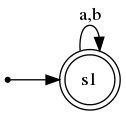
This is img/mindfa.gv.png from vrnch/RE2FA, a Graphviz export, as it was before one commit. Its source is kept beside it as img/mindfa.gv.
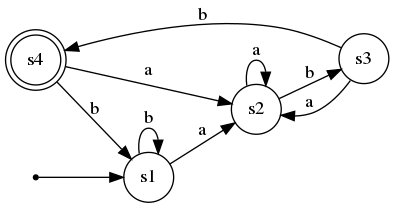
Above is the later version.

Diff of the diagram source:
```diff
@@ -1,9 +1,16 @@
 digraph minimal_deterministic_finite_automaton {
 	rankdir=LR
 	node [shape=doublecircle]
-	s1
+	s4
 	node [shape=circle]
-	s1 -> s1 [label="a,b"]
+	s1 -> s1 [label=b]
+	s1 -> s2 [label=a]
+	s2 -> s3 [label=b]
+	s2 -> s2 [label=a]
+	s3 -> s4 [label=b]
+	s3 -> s2 [label=a]
+	s4 -> s1 [label=b]
+	s4 -> s2 [label=a]
 	node [shape=point]
 	"" -> s1
 }
```
